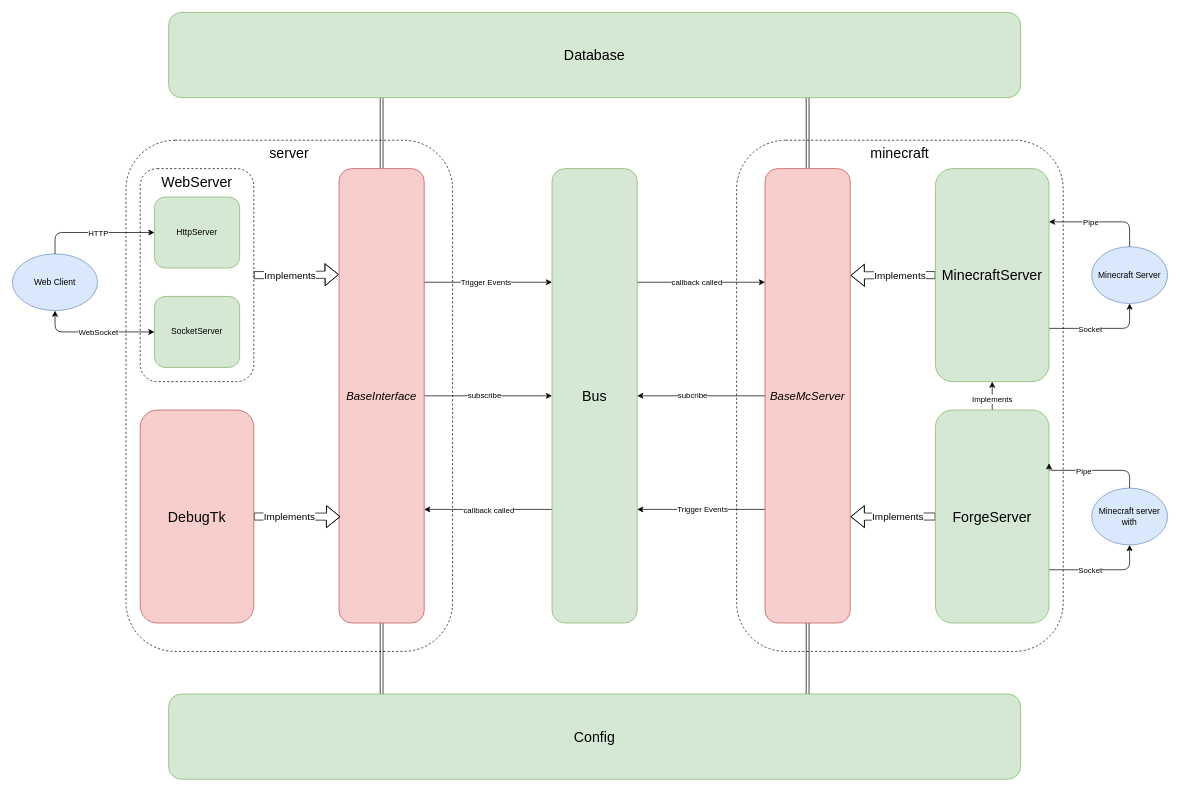
Above: Communication.drawio in modular-server-manager/server (draw.io), before the change. Source tidied: cells renumbered, new cells numbered last; positions are measured from the earlier drawing's top-left corner, leaving out a move shared by most shapes. Both pictures are drawn from the tidied source at 71%, with x=0, y=0 at pixel (12, 12).
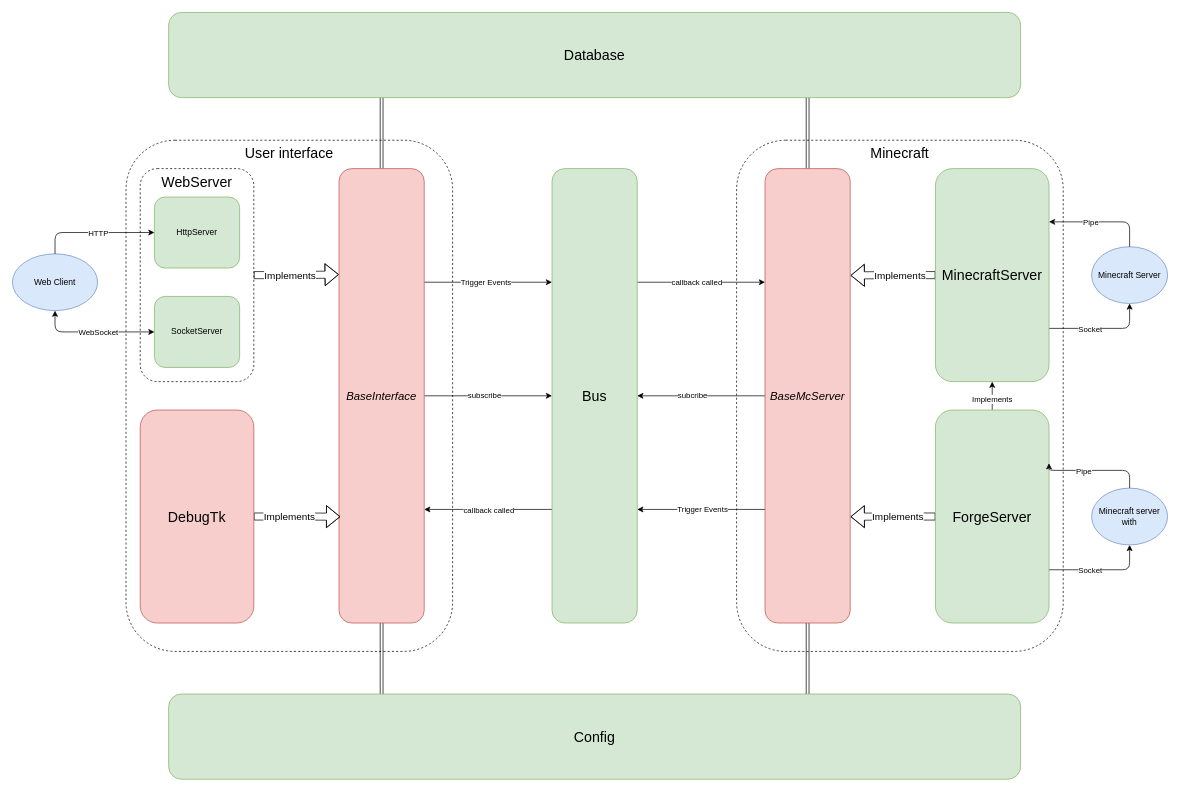
Above is the later version.

The edit, as a diff of the source:
```diff
@@
-    <mxCell id="2" value="server" style="rounded=1;whiteSpace=wrap;html=1;fillColor=none;dashed=1;align=center;verticalAlign=top;horizontal=1;fontSize=20;" parent="1" vertex="1">
+    <mxCell id="2" value="User interface" style="rounded=1;whiteSpace=wrap;html=1;fillColor=none;dashed=1;align=center;verticalAlign=top;horizontal=1;fontSize=20;" parent="1" vertex="1">
       <mxGeometry x="160" y="180" width="460" height="720" as="geometry" />
     </mxCell>
-    <mxCell id="3" value="minecraft" style="rounded=1;whiteSpace=wrap;html=1;fillColor=none;dashed=1;align=center;verticalAlign=top;horizontal=1;fontSize=20;" parent="1" vertex="1">
+    <mxCell id="3" value="Minecraft" style="rounded=1;whiteSpace=wrap;html=1;fillColor=none;dashed=1;align=center;verticalAlign=top;horizontal=1;fontSize=20;" parent="1" vertex="1">
       <mxGeometry x="1020" y="180" width="460" height="720" as="geometry" />
     </mxCell>
```
